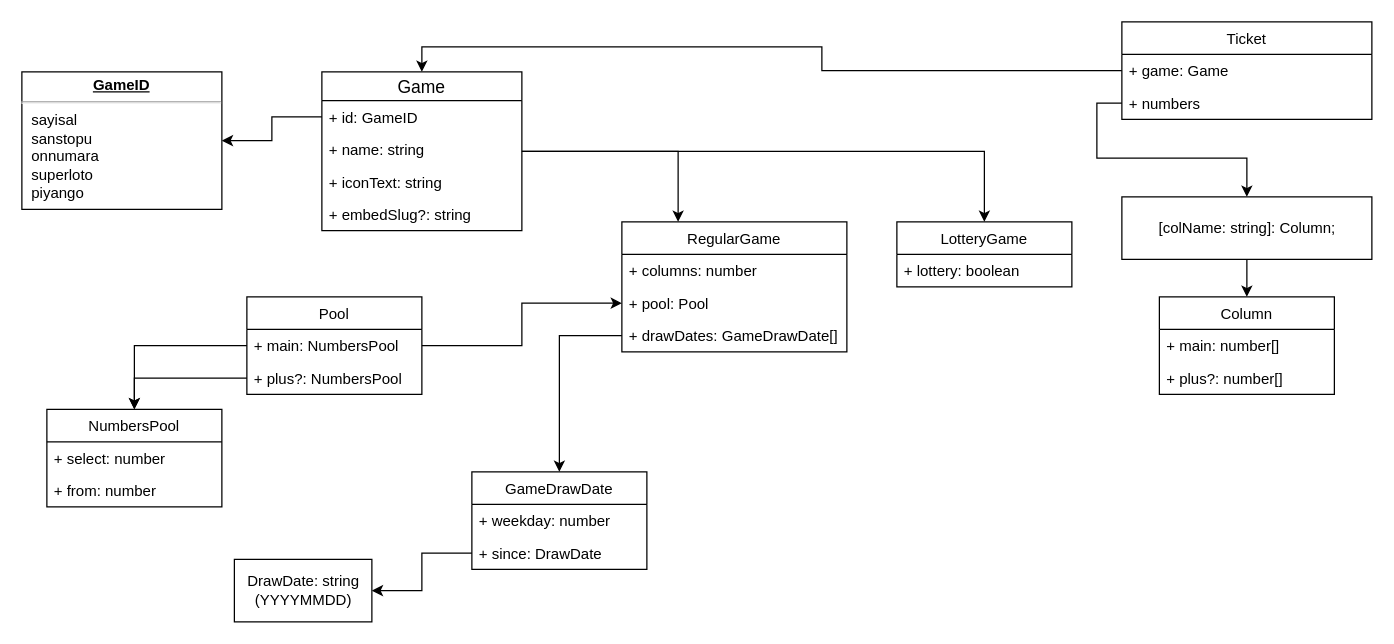
The draw.io diagram diagrams/Models.drawio in caglarturali/piyango, before the edit. Source tidied: cells renumbered, new cells numbered last; positions are measured from the earlier drawing's top-left corner, leaving out a move shared by most shapes. Both pictures are drawn from the tidied source at 125%, with x=0, y=0 at pixel (21, 21).
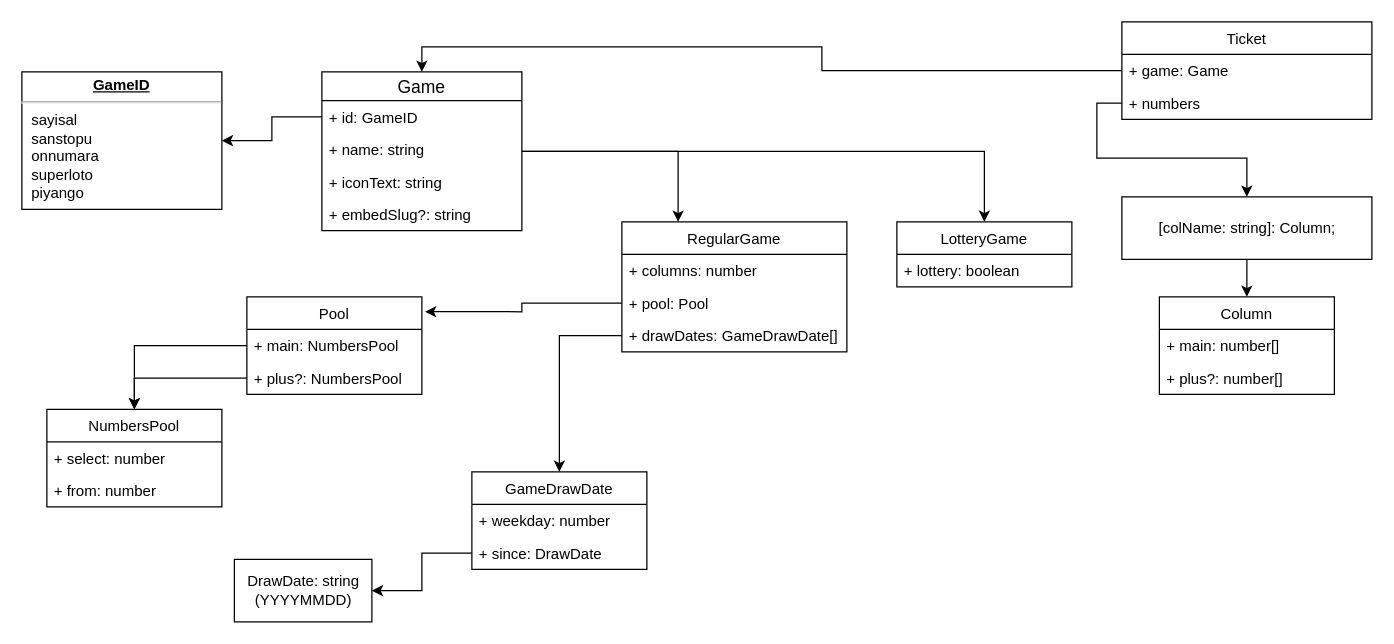
Above is the later version.

Commit message:
Correct the direction of the arrow

The change refers to these unchanged cells:
```xml
<mxCell id="21" value="Pool" style="swimlane;fontStyle=0;horizontal=1;startSize=26;fillColor=none;" parent="1" vertex="1">
  <mxGeometry x="180" y="220" width="140" height="78" as="geometry" />
</mxCell>
<mxCell id="29" value="+ pool: Pool" style="text;strokeColor=none;fillColor=none;align=left;verticalAlign=top;spacingLeft=4;spacingRight=4;overflow=hidden;points=[[0,0.5],[1,0.5]];portConstraint=eastwest;" parent="27" vertex="1">
  <mxGeometry y="52" width="180" height="26" as="geometry" />
</mxCell>
```

Diff of the diagram source:
```diff
@@
-    <mxCell id="6" style="edgeStyle=orthogonalEdgeStyle;rounded=0;jettySize=auto;html=1;" parent="1" edge="1" source="21" target="29">
-      <mxGeometry relative="1" as="geometry" />
-    </mxCell>
@@
+    <mxCell id="42" style="edgeStyle=orthogonalEdgeStyle;rounded=0;jettySize=auto;html=1;entryX=1.018;entryY=0.152;entryDx=0;entryDy=0;entryPerimeter=0;" parent="1" edge="1" source="29" target="21">
+      <mxGeometry relative="1" as="geometry" />
+    </mxCell>
```
